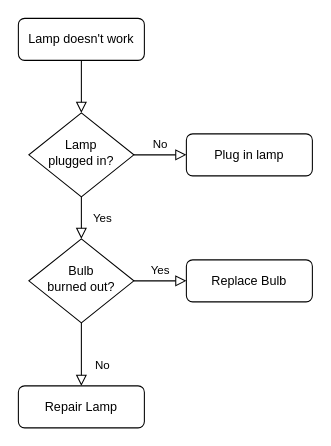
This is Untitled Diagram.drawio from rudymemo/awesome-website, a draw.io file, before an edit. Source tidied: cells renumbered, new cells numbered last; positions are measured from the earlier drawing's top-left corner, leaving out a move shared by most shapes. Both pictures are drawn from the tidied source at 105%, with x=0, y=0 at pixel (18, 18).
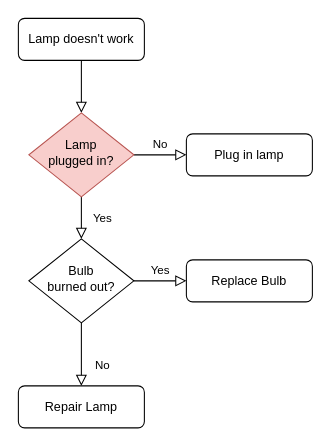
Above is the later version.

The edit, as a diff of the source:
```diff
@@
 <mxGraphModel>
   <root>
     <mxCell id="0" />
     <mxCell id="1" parent="0" />
     <mxCell id="2" style="rounded=0;html=1;jettySize=auto;fontSize=11;endArrow=block;endFill=0;endSize=8;strokeWidth=1;shadow=0;labelBackgroundColor=none;edgeStyle=orthogonalEdgeStyle;" parent="1" edge="1" source="3" target="6">
       <mxGeometry relative="1" as="geometry" />
     </mxCell>
     <mxCell id="3" value="Lamp doesn't work" style="rounded=1;whiteSpace=wrap;html=1;fontSize=12;glass=0;strokeWidth=1;shadow=0;" parent="1" vertex="1">
       <mxGeometry width="120" height="40" as="geometry" />
     </mxCell>
     <mxCell id="4" value="Yes" style="rounded=0;html=1;jettySize=auto;fontSize=11;endArrow=block;endFill=0;endSize=8;strokeWidth=1;shadow=0;labelBackgroundColor=none;edgeStyle=orthogonalEdgeStyle;" parent="1" edge="1" source="6" target="10">
       <mxGeometry y="20" relative="1" as="geometry" />
     </mxCell>
     <mxCell id="5" value="No" style="edgeStyle=orthogonalEdgeStyle;rounded=0;html=1;jettySize=auto;fontSize=11;endArrow=block;endFill=0;endSize=8;strokeWidth=1;shadow=0;labelBackgroundColor=none;" parent="1" edge="1" source="6" target="7">
       <mxGeometry y="10" relative="1" as="geometry" />
     </mxCell>
-    <mxCell id="6" value="Lamp&lt;br&gt;plugged in?" style="rhombus;whiteSpace=wrap;html=1;shadow=0;fontFamily=Helvetica;fontSize=12;align=center;strokeWidth=1;spacing=6;spacingTop=-4;" parent="1" vertex="1">
+    <mxCell id="6" value="Lamp&lt;br&gt;plugged in?" style="rhombus;whiteSpace=wrap;html=1;shadow=0;fontFamily=Helvetica;fontSize=12;align=center;strokeWidth=1;spacing=6;spacingTop=-4;fillColor=#f8cecc;strokeColor=#b85450;" parent="1" vertex="1">
       <mxGeometry x="10" y="90" width="100" height="80" as="geometry" />
     </mxCell>
     <mxCell id="7" value="Plug in lamp" style="rounded=1;whiteSpace=wrap;html=1;fontSize=12;glass=0;strokeWidth=1;shadow=0;" parent="1" vertex="1">
       <mxGeometry x="160" y="110" width="120" height="40" as="geometry" />
     </mxCell>
     <mxCell id="8" value="No" style="rounded=0;html=1;jettySize=auto;fontSize=11;endArrow=block;endFill=0;endSize=8;strokeWidth=1;shadow=0;labelBackgroundColor=none;edgeStyle=orthogonalEdgeStyle;" parent="1" edge="1" source="10" target="11">
       <mxGeometry x="0.33" y="20" relative="1" as="geometry" />
     </mxCell>
     <mxCell id="9" value="Yes" style="edgeStyle=orthogonalEdgeStyle;rounded=0;html=1;jettySize=auto;fontSize=11;endArrow=block;endFill=0;endSize=8;strokeWidth=1;shadow=0;labelBackgroundColor=none;" parent="1" edge="1" source="10" target="12">
       <mxGeometry y="10" relative="1" as="geometry" />
     </mxCell>
     <mxCell id="10" value="Bulb&lt;br&gt;burned out?" style="rhombus;whiteSpace=wrap;html=1;shadow=0;fontFamily=Helvetica;fontSize=12;align=center;strokeWidth=1;spacing=6;spacingTop=-4;" parent="1" vertex="1">
       <mxGeometry x="10" y="210" width="100" height="80" as="geometry" />
     </mxCell>
     <mxCell id="11" value="Repair Lamp" style="rounded=1;whiteSpace=wrap;html=1;fontSize=12;glass=0;strokeWidth=1;shadow=0;" parent="1" vertex="1">
       <mxGeometry y="350" width="120" height="40" as="geometry" />
     </mxCell>
     <mxCell id="12" value="Replace Bulb" style="rounded=1;whiteSpace=wrap;html=1;fontSize=12;glass=0;strokeWidth=1;shadow=0;" parent="1" vertex="1">
       <mxGeometry x="160" y="230" width="120" height="40" as="geometry" />
     </mxCell>
   </root>
 </mxGraphModel>
```
